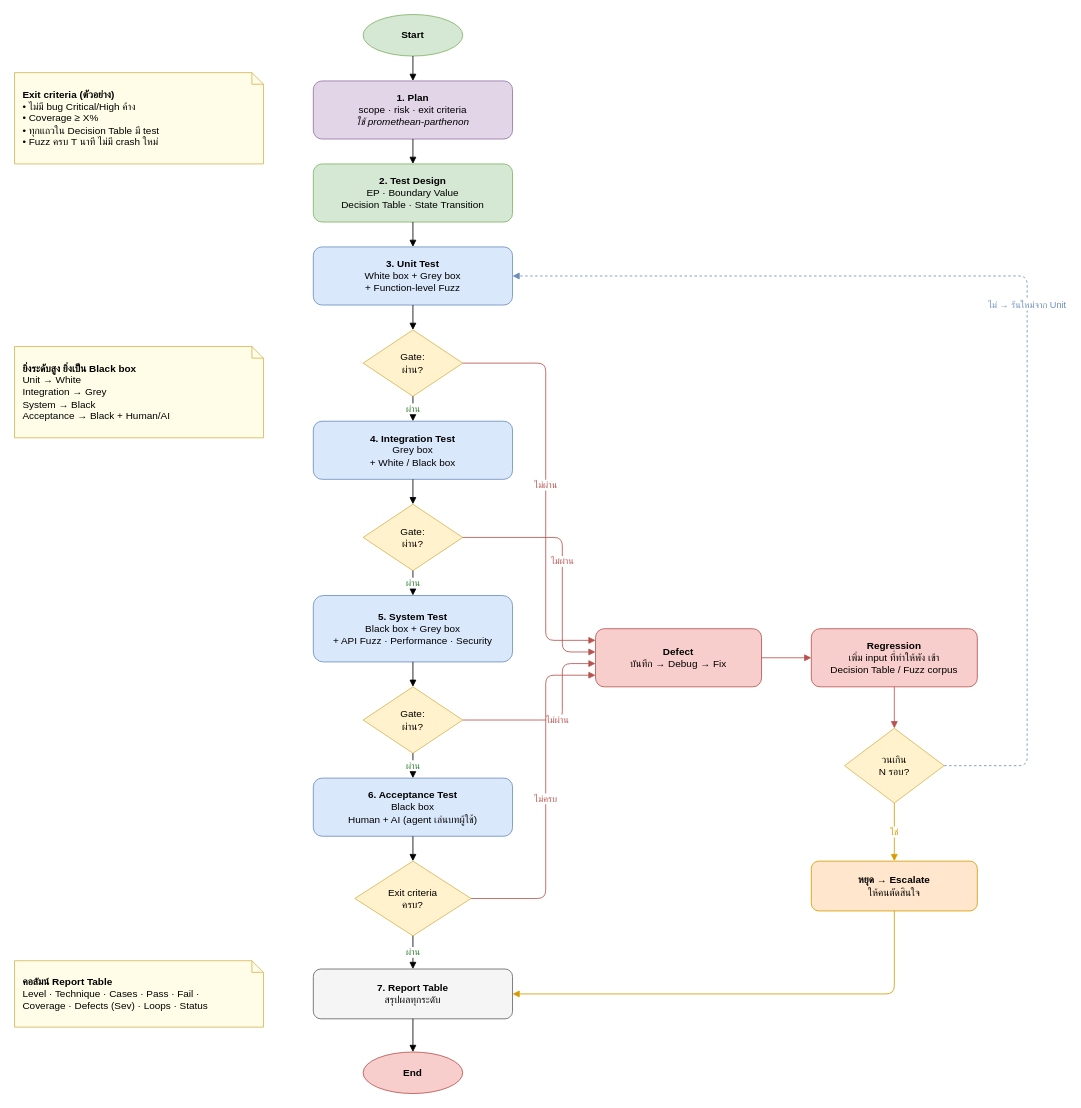
Earlier version of the draw.io diagram flowcharts/test-strategy.drawio (tp-job/agent_skill). Source tidied: cells renumbered, new cells numbered last; positions are measured from the earlier drawing's top-left corner, leaving out a move shared by most shapes. Both pictures are drawn from the tidied source at 83%, with x=0, y=0 at pixel (14, 14).
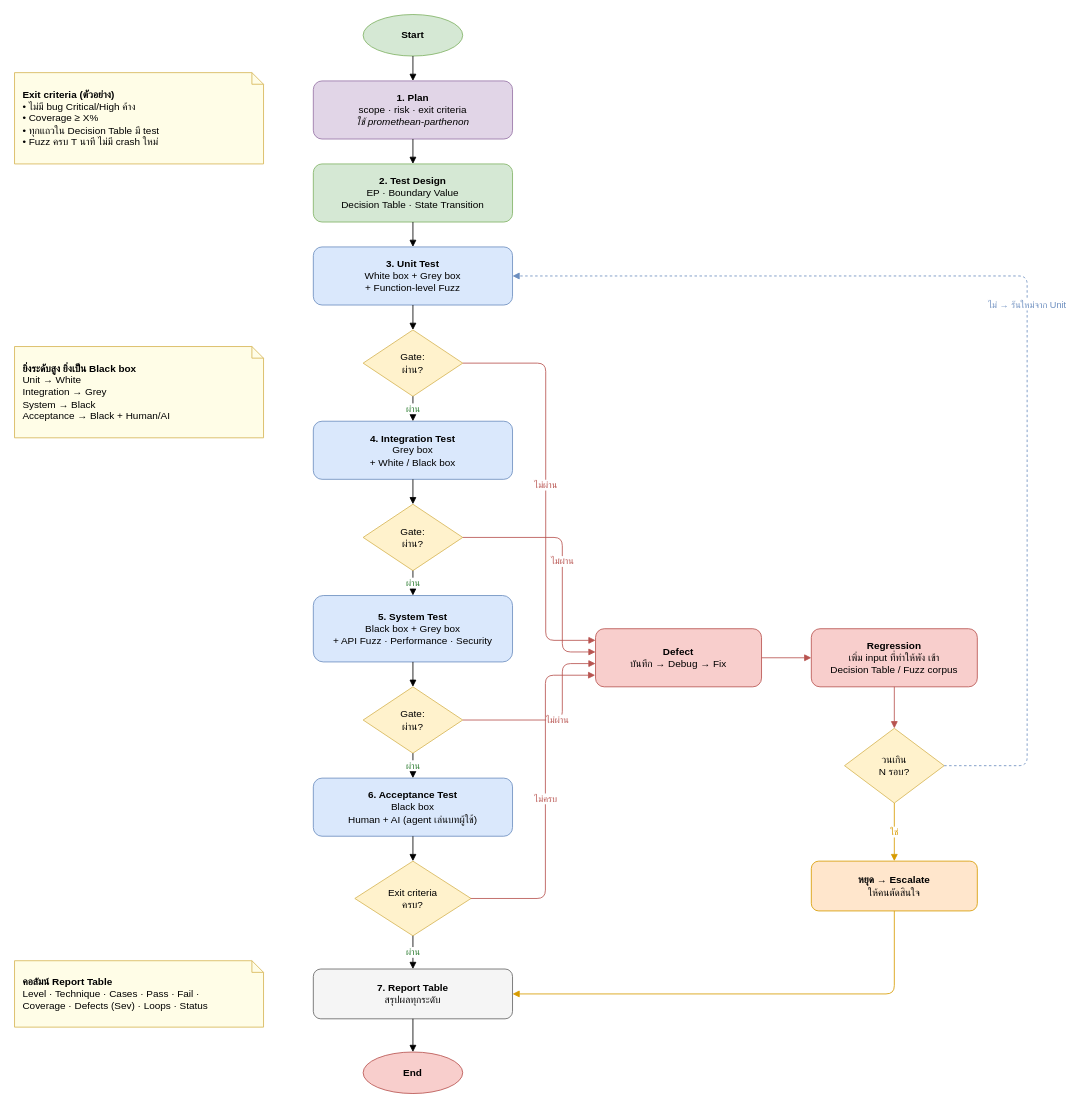
The same diagram, later.

The change refers to these unchanged cells:
```xml
<mxCell id="12" value="Exit criteria&lt;br&gt;ครบ?" style="rhombus;whiteSpace=wrap;html=1;fillColor=#fff2cc;strokeColor=#d6b656;" parent="1" vertex="1">
  <mxGeometry x="410" y="1020" width="140" height="90" as="geometry" />
</mxCell>
<mxCell id="15" value="&lt;b&gt;Defect&lt;/b&gt;&lt;br&gt;บันทึก → Debug → Fix" style="rounded=1;whiteSpace=wrap;html=1;fillColor=#f8cecc;strokeColor=#b85450;" parent="1" vertex="1">
  <mxGeometry x="700" y="740" width="200" height="70" as="geometry" />
</mxCell>
```

The edit, as a diff of the source:
```diff
@@
-    <mxCell id="37" value="ไม่ครบ" style="edgeStyle=orthogonalEdgeStyle;html=1;endArrow=block;strokeColor=#b85450;fontColor=#b85450;exitX=1;exitY=0.5;entryX=0;entryY=0.8;" parent="1" edge="1" source="12" target="15">
+    <mxCell id="37" value="ไม่ครบ" style="edgeStyle=orthogonalEdgeStyle;html=1;endArrow=block;strokeColor=#b85450;fontColor=#b85450;exitX=1;exitY=0.5;entryX=0;entryY=0.8;" parent="1" edge="1">
       <mxGeometry relative="1" as="geometry">
+        <mxPoint x="549.6" y="1065" as="sourcePoint" />
+        <mxPoint x="699.6" y="796" as="targetPoint" />
         <Array as="points">
-          <mxPoint x="640" y="1065" />
-          <mxPoint x="640" y="796" />
+          <mxPoint x="639.6" y="1065" />
+          <mxPoint x="639.6" y="796" />
         </Array>
       </mxGeometry>
     </mxCell>
```
